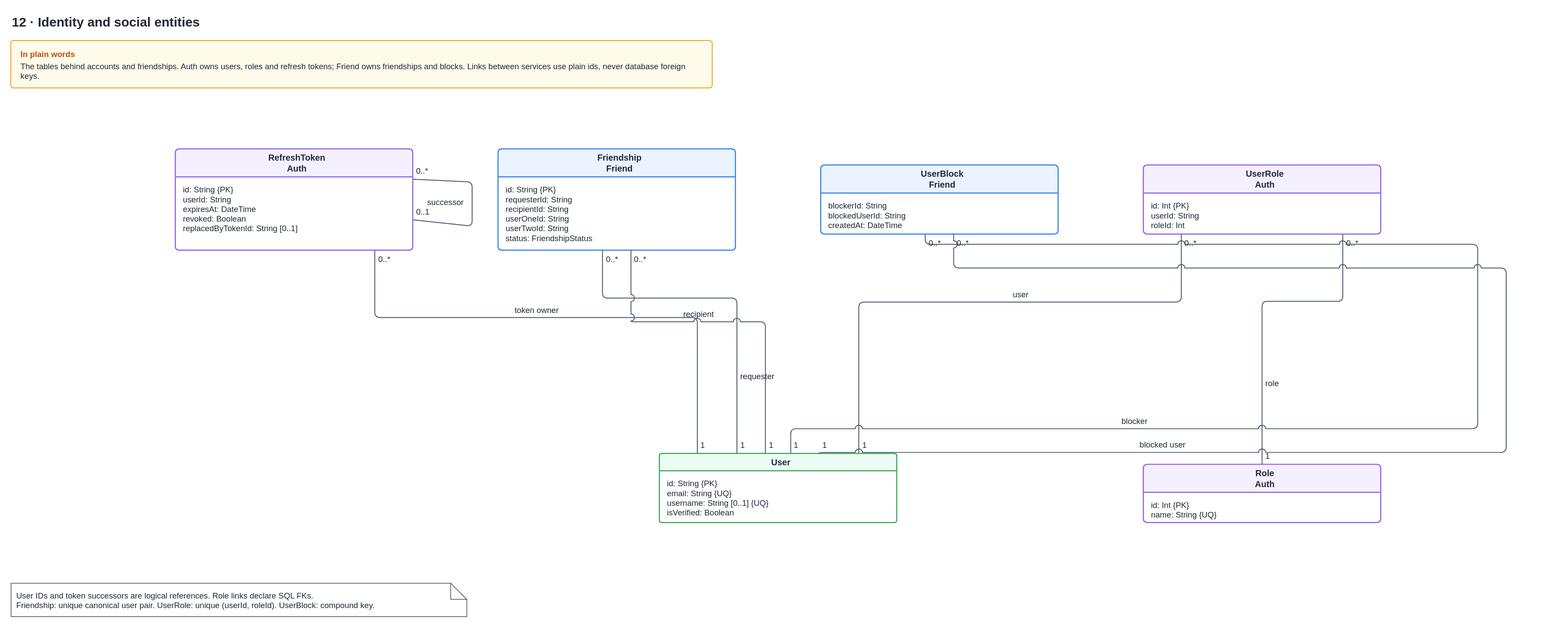
Above: docs/diagrams/velora-current/importable-svg/12-identity-social.drawio.svg in HieuCuteDangYeu/velora-backend (draw.io), before the change. Source tidied: cells renumbered, new cells last; positions are measured from the earlier drawing's top-left corner, leaving out a move shared by most shapes.
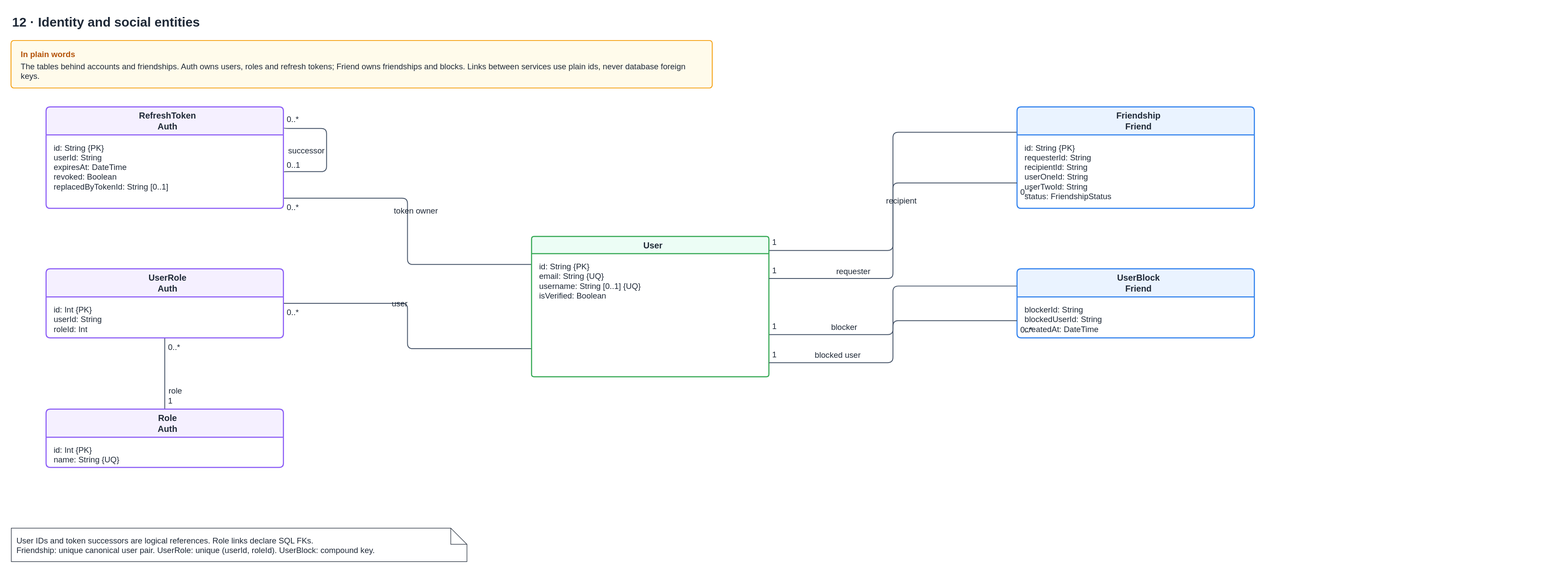
After the commit.

Commit message:
docs(diagrams): remove a stray label on the context DFD and untangle the identity ER page

What changed in the source:
```diff
@@ -2,13 +2,8 @@
   <root>
     <mxCell id="0" style="fontFamily=Helvetica;" />
     <mxCell id="1" style="fontFamily=Helvetica;" parent="0" />
-    <mxCell id="2" value="role" style="edgeStyle=none;noEdgeStyle=1;html=1;strokeColor=#475569;strokeWidth=1.6;jumpStyle=arc;jumpSize=12;exitPerimeter=0;entryPerimeter=0;exitX=0.8399999999999997;exitY=1.0;entryX=0.5;entryY=0.0;endArrow=none;fontFamily=Helvetica;fontSize=15;fontColor=#1F2937;labelBackgroundColor=none;labelBorderColor=none;whiteSpace=nowrap;spacing=0;align=center;verticalAlign=middle;" parent="1" edge="1" source="24" target="22">
-      <mxGeometry x="0.48" y="18.5" relative="1" as="geometry">
-        <Array as="points">
-          <mxPoint x="2468.6" y="538.8" />
-          <mxPoint x="2319" y="538.8" />
-        </Array>
-      </mxGeometry>
+    <mxCell id="2" value="role" style="html=1;strokeColor=#475569;strokeWidth=1.6;jumpStyle=arc;jumpSize=12;endArrow=none;fontFamily=Helvetica;fontSize=15;fontColor=#1F2937;labelBackgroundColor=none;labelBorderColor=none;whiteSpace=nowrap;spacing=0;align=center;verticalAlign=middle;edgeStyle=orthogonalEdgeStyle;rounded=1;exitX=0.5;exitY=1;entryX=0.5;entryY=0;" parent="1" edge="1" source="24" target="22">
+      <mxGeometry x="0.48" y="18.5" relative="1" as="geometry" />
     </mxCell>
     <mxCell id="3" value="0..*" style="text;html=1;whiteSpace=wrap;overflow=hidden;fontFamily=Helvetica;fontSize=15;align=left;verticalAlign=middle;fontColor=#1F2937;fillColor=none;spacing=0;" parent="2" vertex="1">
       <mxGeometry x="-1" width="29" height="20" relative="1" as="geometry">
@@ -20,13 +15,8 @@
         <mxPoint x="6" y="-26" as="offset" />
       </mxGeometry>
     </mxCell>
-    <mxCell id="5" value="user" style="edgeStyle=none;noEdgeStyle=1;html=1;strokeColor=#475569;strokeWidth=1.6;jumpStyle=arc;jumpSize=12;exitPerimeter=0;entryPerimeter=0;exitX=0.1600000000000002;exitY=1.0;entryX=0.8400000000000003;entryY=0.0;endArrow=none;fontFamily=Helvetica;fontSize=15;fontColor=#1F2937;labelBackgroundColor=none;labelBorderColor=none;whiteSpace=nowrap;spacing=0;align=center;verticalAlign=middle;" parent="1" edge="1" source="24" target="20">
-      <mxGeometry x="-0.15" y="-15" relative="1" as="geometry">
-        <Array as="points">
-          <mxPoint x="2169.4" y="540.2" />
-          <mxPoint x="1571.6" y="540.2" />
-        </Array>
-      </mxGeometry>
+    <mxCell id="5" value="user" style="html=1;strokeColor=#475569;strokeWidth=1.6;jumpStyle=arc;jumpSize=12;endArrow=none;fontFamily=Helvetica;fontSize=15;fontColor=#1F2937;labelBackgroundColor=none;labelBorderColor=none;whiteSpace=nowrap;spacing=0;align=center;verticalAlign=middle;edgeStyle=orthogonalEdgeStyle;rounded=1;exitX=1;exitY=0.5;entryX=0;entryY=0.8;" parent="1" edge="1" source="24" target="20">
+      <mxGeometry x="-0.15" y="-15" relative="1" as="geometry" />
     </mxCell>
     <mxCell id="6" value="0..*" style="text;html=1;whiteSpace=wrap;overflow=hidden;fontFamily=Helvetica;fontSize=15;align=left;verticalAlign=middle;fontColor=#1F2937;fillColor=none;spacing=0;" parent="5" vertex="1">
       <mxGeometry x="-1" width="29" height="20" relative="1" as="geometry">
@@ -38,13 +28,8 @@
         <mxPoint x="6" y="-26" as="offset" />
       </mxGeometry>
     </mxCell>
-    <mxCell id="8" value="token owner" style="edgeStyle=none;noEdgeStyle=1;html=1;strokeColor=#475569;strokeWidth=1.6;jumpStyle=arc;jumpSize=12;exitPerimeter=0;entryPerimeter=0;exitX=0.8400000000000001;exitY=1.0;entryX=0.1599999999999997;entryY=0.0;endArrow=none;fontFamily=Helvetica;fontSize=15;fontColor=#1F2937;labelBackgroundColor=none;labelBorderColor=none;whiteSpace=nowrap;spacing=0;align=center;verticalAlign=middle;" parent="1" edge="1" source="26" target="20">
-      <mxGeometry x="-0.13" y="15" relative="1" as="geometry">
-        <Array as="points">
-          <mxPoint x="674.6" y="568.8" />
-          <mxPoint x="1272.4" y="568.8" />
-        </Array>
-      </mxGeometry>
+    <mxCell id="8" value="token owner" style="html=1;strokeColor=#475569;strokeWidth=1.6;jumpStyle=arc;jumpSize=12;endArrow=none;fontFamily=Helvetica;fontSize=15;fontColor=#1F2937;labelBackgroundColor=none;labelBorderColor=none;whiteSpace=nowrap;spacing=0;align=center;verticalAlign=middle;edgeStyle=orthogonalEdgeStyle;rounded=1;exitX=1;exitY=0.9;entryX=0;entryY=0.2;" parent="1" edge="1" source="26" target="20">
+      <mxGeometry x="-0.13" y="15" relative="1" as="geometry" />
     </mxCell>
     <mxCell id="9" value="0..*" style="text;html=1;whiteSpace=wrap;overflow=hidden;fontFamily=Helvetica;fontSize=15;align=left;verticalAlign=middle;fontColor=#1F2937;fillColor=none;spacing=0;" parent="8" vertex="1">
       <mxGeometry x="-1" width="29" height="20" relative="1" as="geometry">
@@ -56,13 +41,8 @@
         <mxPoint x="6" y="-26" as="offset" />
       </mxGeometry>
     </mxCell>
-    <mxCell id="11" value="requester" style="edgeStyle=none;noEdgeStyle=1;html=1;strokeColor=#475569;strokeWidth=1.6;jumpStyle=arc;jumpSize=12;exitPerimeter=0;entryPerimeter=0;exitX=0.4400000000000002;exitY=1.0;entryX=0.3266666666666669;entryY=0.0;endArrow=none;fontFamily=Helvetica;fontSize=15;fontColor=#1F2937;labelBackgroundColor=none;labelBorderColor=none;whiteSpace=nowrap;spacing=0;align=center;verticalAlign=middle;" parent="1" edge="1" source="28" target="20">
-      <mxGeometry x="0.54" y="37.5" relative="1" as="geometry">
-        <Array as="points">
-          <mxPoint x="1096.6" y="532.8" />
-          <mxPoint x="1345.7" y="532.8" />
-        </Array>
-      </mxGeometry>
+    <mxCell id="11" value="requester" style="html=1;strokeColor=#475569;strokeWidth=1.6;jumpStyle=arc;jumpSize=12;endArrow=none;fontFamily=Helvetica;fontSize=15;fontColor=#1F2937;labelBackgroundColor=none;labelBorderColor=none;whiteSpace=nowrap;spacing=0;align=center;verticalAlign=middle;edgeStyle=orthogonalEdgeStyle;rounded=1;exitX=0;exitY=0.25;entryX=1;entryY=0.1;" parent="1" edge="1" source="28" target="20">
+      <mxGeometry x="0.54" y="37.5" relative="1" as="geometry" />
     </mxCell>
     <mxCell id="12" value="0..*" style="text;html=1;whiteSpace=wrap;overflow=hidden;fontFamily=Helvetica;fontSize=15;align=left;verticalAlign=middle;fontColor=#1F2937;fillColor=none;spacing=0;" parent="11" vertex="1">
       <mxGeometry x="-1" width="29" height="20" relative="1" as="geometry">
@@ -74,15 +54,8 @@
         <mxPoint x="6" y="-26" as="offset" />
       </mxGeometry>
     </mxCell>
-    <mxCell id="14" value="blocker" style="edgeStyle=none;noEdgeStyle=1;html=1;strokeColor=#475569;strokeWidth=1.6;jumpStyle=arc;jumpSize=12;exitPerimeter=0;entryPerimeter=0;exitX=0.44;exitY=1.0;entryX=0.553333333333333;entryY=0.0;endArrow=none;fontFamily=Helvetica;fontSize=15;fontColor=#1F2937;labelBackgroundColor=none;labelBorderColor=none;whiteSpace=nowrap;spacing=0;align=center;verticalAlign=middle;" parent="1" edge="1" source="30" target="20">
-      <mxGeometry x="0.5" y="-15" relative="1" as="geometry">
-        <Array as="points">
-          <mxPoint x="1694.6" y="433" />
-          <mxPoint x="2718.6" y="433" />
-          <mxPoint x="2718.6" y="775" />
-          <mxPoint x="1445.5" y="775" />
-        </Array>
-      </mxGeometry>
+    <mxCell id="14" value="blocker" style="html=1;strokeColor=#475569;strokeWidth=1.6;jumpStyle=arc;jumpSize=12;endArrow=none;fontFamily=Helvetica;fontSize=15;fontColor=#1F2937;labelBackgroundColor=none;labelBorderColor=none;whiteSpace=nowrap;spacing=0;align=center;verticalAlign=middle;edgeStyle=orthogonalEdgeStyle;rounded=1;exitX=0;exitY=0.25;entryX=1;entryY=0.7;" parent="1" edge="1" source="30" target="20">
+      <mxGeometry x="0.5" y="-15" relative="1" as="geometry" />
     </mxCell>
     <mxCell id="15" value="0..*" style="text;html=1;whiteSpace=wrap;overflow=hidden;fontFamily=Helvetica;fontSize=15;align=left;verticalAlign=middle;fontColor=#1F2937;fillColor=none;spacing=0;" parent="14" vertex="1">
       <mxGeometry x="-1" width="29" height="20" relative="1" as="geometry">
@@ -94,11 +67,11 @@
         <mxPoint x="6" y="-26" as="offset" />
       </mxGeometry>
     </mxCell>
-    <mxCell id="17" value="successor" style="edgeStyle=none;noEdgeStyle=1;html=1;strokeColor=#475569;strokeWidth=1.6;jumpStyle=arc;jumpSize=12;exitPerimeter=0;entryPerimeter=0;exitX=1.0;exitY=0.3;entryX=1.0;entryY=0.7;endArrow=none;fontFamily=Helvetica;fontSize=15;fontColor=#1F2937;labelBackgroundColor=none;labelBorderColor=none;whiteSpace=nowrap;spacing=0;align=center;verticalAlign=middle;" parent="1" edge="1" source="26" target="26">
+    <mxCell id="17" value="successor" style="html=1;strokeColor=#475569;strokeWidth=1.6;jumpStyle=arc;jumpSize=12;endArrow=none;fontFamily=Helvetica;fontSize=15;fontColor=#1F2937;labelBackgroundColor=none;labelBorderColor=none;whiteSpace=nowrap;spacing=0;align=center;verticalAlign=middle;edgeStyle=orthogonalEdgeStyle;rounded=1;exitX=1;exitY=0.2;entryX=1;entryY=0.65;" parent="1" edge="1" source="26" target="26">
       <mxGeometry x="0.63" y="-40" relative="1" as="geometry">
         <Array as="points">
-          <mxPoint x="855" y="317.5" />
-          <mxPoint x="855" y="399.5" />
+          <mxPoint x="585" y="218" />
+          <mxPoint x="585" y="298" />
         </Array>
       </mxGeometry>
     </mxCell>
@@ -113,37 +86,37 @@
       </mxGeometry>
     </mxCell>
     <mxCell id="20" value="&lt;b&gt;User&lt;/b&gt;" style="swimlane;html=1;whiteSpace=wrap;align=center;verticalAlign=middle;startSize=32;fontSize=16;spacingLeft=10;fillColor=#ECFDF5;swimlaneFillColor=#ffffff;strokeColor=#34A853;horizontal=1;fontFamily=Helvetica;fontColor=#1F2937;fontStyle=1;strokeWidth=2;rounded=1;arcSize=5;" parent="1" vertex="1">
-      <mxGeometry x="1202" y="821" width="440" height="128" as="geometry" />
+      <mxGeometry x="965" y="418" width="440" height="260" as="geometry" />
     </mxCell>
     <mxCell id="21" value="id: String {PK}&lt;br&gt;email: String {UQ}&lt;br&gt;username: String [0..1] {UQ}&lt;br&gt;isVerified: Boolean" style="text;html=1;whiteSpace=wrap;overflow=hidden;fontFamily=Helvetica;fontSize=15;align=left;verticalAlign=top;spacingLeft=12;spacingRight=12;strokeColor=none;fillColor=none;fontColor=#1F2937;spacingTop=8;spacingBottom=8;" parent="20" vertex="1">
       <mxGeometry y="32" width="440" height="96" as="geometry" />
     </mxCell>
     <mxCell id="22" value="&lt;b&gt;Role&lt;/b&gt;&lt;br&gt;Auth" style="swimlane;html=1;whiteSpace=wrap;align=center;verticalAlign=middle;startSize=52;fontSize=16;spacingLeft=10;fillColor=#F5F0FF;swimlaneFillColor=#ffffff;strokeColor=#8B5CF6;horizontal=1;fontFamily=Helvetica;fontColor=#1F2937;fontStyle=1;strokeWidth=2;rounded=1;arcSize=5;" parent="1" vertex="1">
-      <mxGeometry x="2099" y="841" width="440" height="108" as="geometry" />
+      <mxGeometry x="65" y="738" width="440" height="108" as="geometry" />
     </mxCell>
     <mxCell id="23" value="id: Int {PK}&lt;br&gt;name: String {UQ}" style="text;html=1;whiteSpace=wrap;overflow=hidden;fontFamily=Helvetica;fontSize=15;align=left;verticalAlign=top;spacingLeft=12;spacingRight=12;strokeColor=none;fillColor=none;fontColor=#1F2937;spacingTop=8;spacingBottom=8;" parent="22" vertex="1">
       <mxGeometry y="52" width="440" height="56" as="geometry" />
     </mxCell>
     <mxCell id="24" value="&lt;b&gt;UserRole&lt;/b&gt;&lt;br&gt;Auth" style="swimlane;html=1;whiteSpace=wrap;align=center;verticalAlign=middle;startSize=52;fontSize=16;spacingLeft=10;fillColor=#F5F0FF;swimlaneFillColor=#ffffff;strokeColor=#8B5CF6;horizontal=1;fontFamily=Helvetica;fontColor=#1F2937;fontStyle=1;strokeWidth=2;rounded=1;arcSize=5;" parent="1" vertex="1">
-      <mxGeometry x="2099" y="286" width="440" height="128" as="geometry" />
+      <mxGeometry x="65" y="478" width="440" height="128" as="geometry" />
     </mxCell>
     <mxCell id="25" value="id: Int {PK}&lt;br&gt;userId: String&lt;br&gt;roleId: Int" style="text;html=1;whiteSpace=wrap;overflow=hidden;fontFamily=Helvetica;fontSize=15;align=left;verticalAlign=top;spacingLeft=12;spacingRight=12;strokeColor=none;fillColor=none;fontColor=#1F2937;spacingTop=8;spacingBottom=8;" parent="24" vertex="1">
       <mxGeometry y="52" width="440" height="76" as="geometry" />
     </mxCell>
     <mxCell id="26" value="&lt;b&gt;RefreshToken&lt;/b&gt;&lt;br&gt;Auth" style="swimlane;html=1;whiteSpace=wrap;align=center;verticalAlign=middle;startSize=52;fontSize=16;spacingLeft=10;fillColor=#F5F0FF;swimlaneFillColor=#ffffff;strokeColor=#8B5CF6;horizontal=1;fontFamily=Helvetica;fontColor=#1F2937;fontStyle=1;strokeWidth=2;rounded=1;arcSize=5;" parent="1" vertex="1">
-      <mxGeometry x="305" y="256" width="440" height="188" as="geometry" />
+      <mxGeometry x="65" y="178" width="440" height="188" as="geometry" />
     </mxCell>
     <mxCell id="27" value="id: String {PK}&lt;br&gt;userId: String&lt;br&gt;expiresAt: DateTime&lt;br&gt;revoked: Boolean&lt;br&gt;replacedByTokenId: String [0..1]" style="text;html=1;whiteSpace=wrap;overflow=hidden;fontFamily=Helvetica;fontSize=15;align=left;verticalAlign=top;spacingLeft=12;spacingRight=12;strokeColor=none;fillColor=none;fontColor=#1F2937;spacingTop=8;spacingBottom=8;" parent="26" vertex="1">
       <mxGeometry y="52" width="440" height="136" as="geometry" />
     </mxCell>
     <mxCell id="28" value="&lt;b&gt;Friendship&lt;/b&gt;&lt;br&gt;Friend" style="swimlane;html=1;whiteSpace=wrap;align=center;verticalAlign=middle;startSize=52;fontSize=16;spacingLeft=10;fillColor=#EAF3FF;swimlaneFillColor=#ffffff;strokeColor=#2F80ED;horizontal=1;fontFamily=Helvetica;fontColor=#1F2937;fontStyle=1;strokeWidth=2;rounded=1;arcSize=5;" parent="1" vertex="1">
-      <mxGeometry x="903" y="256" width="440" height="188" as="geometry" />
+      <mxGeometry x="1865" y="178" width="440" height="188" as="geometry" />
     </mxCell>
     <mxCell id="29" value="id: String {PK}&lt;br&gt;requesterId: String&lt;br&gt;recipientId: String&lt;br&gt;userOneId: String&lt;br&gt;userTwoId: String&lt;br&gt;status: FriendshipStatus" style="text;html=1;whiteSpace=wrap;overflow=hidden;fontFamily=Helvetica;fontSize=15;align=left;verticalAlign=top;spacingLeft=12;spacingRight=12;strokeColor=none;fillColor=none;fontColor=#1F2937;spacingTop=8;spacingBottom=8;" parent="28" vertex="1">
       <mxGeometry y="52" width="440" height="136" as="geometry" />
     </mxCell>
     <mxCell id="30" value="&lt;b&gt;UserBlock&lt;/b&gt;&lt;br&gt;Friend" style="swimlane;html=1;whiteSpace=wrap;align=center;verticalAlign=middle;startSize=52;fontSize=16;spacingLeft=10;fillColor=#EAF3FF;swimlaneFillColor=#ffffff;strokeColor=#2F80ED;horizontal=1;fontFamily=Helvetica;fontColor=#1F2937;fontStyle=1;strokeWidth=2;rounded=1;arcSize=5;" parent="1" vertex="1">
-      <mxGeometry x="1501" y="286" width="440" height="128" as="geometry" />
+      <mxGeometry x="1865" y="478" width="440" height="128" as="geometry" />
     </mxCell>
     <mxCell id="31" value="blockerId: String&lt;br&gt;blockedUserId: String&lt;br&gt;createdAt: DateTime" style="text;html=1;whiteSpace=wrap;overflow=hidden;fontFamily=Helvetica;fontSize=15;align=left;verticalAlign=top;spacingLeft=12;spacingRight=12;strokeColor=none;fillColor=none;fontColor=#1F2937;spacingTop=8;spacingBottom=8;" parent="30" vertex="1">
       <mxGeometry y="52" width="440" height="76" as="geometry" />
@@ -158,15 +131,10 @@
       <mxGeometry x="16" y="87" width="1268" height="50" as="geometry" />
     </mxCell>
     <mxCell id="35" value="User IDs and token successors are logical references. Role links declare SQL FKs.&lt;br&gt;Friendship: unique canonical user pair. UserRole: unique (userId, roleId). UserBlock: compound key." style="shape=note;html=1;whiteSpace=wrap;overflow=hidden;fontFamily=Helvetica;fontSize=15;align=left;verticalAlign=top;spacing=10;fillColor=#ffffff;strokeColor=#1F2937;fontColor=#1F2937;" parent="1" vertex="1">
-      <mxGeometry y="1061" width="844.8" height="62" as="geometry" />
+      <mxGeometry y="958" width="844.8" height="62" as="geometry" />
     </mxCell>
-    <mxCell id="36" value="recipient" style="edgeStyle=none;noEdgeStyle=1;html=1;strokeColor=#475569;strokeWidth=1.6;jumpStyle=arc;jumpSize=12;exitPerimeter=0;entryPerimeter=0;exitX=0.5600000000000003;exitY=1.0;entryX=0.4466666666666669;entryY=0.0;endArrow=none;fontFamily=Helvetica;fontSize=15;fontColor=#1F2937;labelBackgroundColor=none;labelBorderColor=none;whiteSpace=nowrap;spacing=0;align=center;verticalAlign=middle;" parent="1" edge="1" source="28" target="20">
-      <mxGeometry x="-0.18" y="15" relative="1" as="geometry">
-        <Array as="points">
-          <mxPoint x="1149.4" y="576.8" />
-          <mxPoint x="1398.5" y="576.8" />
-        </Array>
-      </mxGeometry>
+    <mxCell id="36" value="recipient" style="html=1;strokeColor=#475569;strokeWidth=1.6;jumpStyle=arc;jumpSize=12;endArrow=none;fontFamily=Helvetica;fontSize=15;fontColor=#1F2937;labelBackgroundColor=none;labelBorderColor=none;whiteSpace=nowrap;spacing=0;align=center;verticalAlign=middle;edgeStyle=orthogonalEdgeStyle;rounded=1;exitX=0;exitY=0.75;entryX=1;entryY=0.3;" parent="1" edge="1" source="28" target="20">
+      <mxGeometry x="-0.18" y="15" relative="1" as="geometry" />
     </mxCell>
     <mxCell id="37" value="0..*" style="text;html=1;whiteSpace=wrap;overflow=hidden;fontFamily=Helvetica;fontSize=15;align=left;verticalAlign=middle;fontColor=#1F2937;fillColor=none;spacing=0;" parent="36" vertex="1">
       <mxGeometry x="-1" width="29" height="20" relative="1" as="geometry">
@@ -178,15 +146,8 @@
         <mxPoint x="6" y="-26" as="offset" />
       </mxGeometry>
     </mxCell>
-    <mxCell id="39" value="blocked user" style="edgeStyle=none;noEdgeStyle=1;html=1;strokeColor=#475569;strokeWidth=1.6;jumpStyle=arc;jumpSize=12;exitPerimeter=0;entryPerimeter=0;exitX=0.56;exitY=1.0;entryX=0.6733333333333331;entryY=0.0;endArrow=none;fontFamily=Helvetica;fontSize=15;fontColor=#1F2937;labelBackgroundColor=none;labelBorderColor=none;whiteSpace=nowrap;spacing=0;align=center;verticalAlign=middle;" parent="1" edge="1" source="30" target="20">
-      <mxGeometry x="0.53" y="-15" relative="1" as="geometry">
-        <Array as="points">
-          <mxPoint x="1747.4" y="477" />
-          <mxPoint x="2771.4" y="477" />
-          <mxPoint x="2771.4" y="819" />
-          <mxPoint x="1498.3" y="819" />
-        </Array>
-      </mxGeometry>
+    <mxCell id="39" value="blocked user" style="html=1;strokeColor=#475569;strokeWidth=1.6;jumpStyle=arc;jumpSize=12;endArrow=none;fontFamily=Helvetica;fontSize=15;fontColor=#1F2937;labelBackgroundColor=none;labelBorderColor=none;whiteSpace=nowrap;spacing=0;align=center;verticalAlign=middle;edgeStyle=orthogonalEdgeStyle;rounded=1;exitX=0;exitY=0.75;entryX=1;entryY=0.9;" parent="1" edge="1" source="30" target="20">
+      <mxGeometry x="0.53" y="-15" relative="1" as="geometry" />
     </mxCell>
     <mxCell id="40" value="0..*" style="text;html=1;whiteSpace=wrap;overflow=hidden;fontFamily=Helvetica;fontSize=15;align=left;verticalAlign=middle;fontColor=#1F2937;fillColor=none;spacing=0;" parent="39" vertex="1">
       <mxGeometry x="-1" width="29" height="20" relative="1" as="geometry">
```
